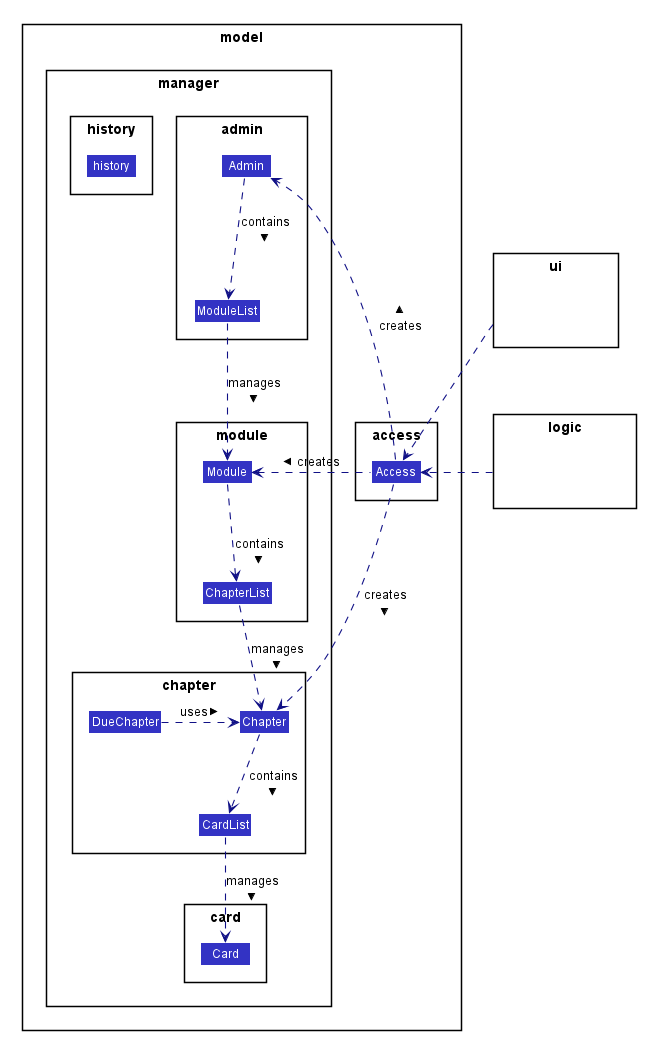
The PlantUML diagram docs/UML/model.png in nus-cs2113-AY2021S1/tp, before a commit. The source it was exported from:
```plantuml
@startuml








skinparam BackgroundColor #FFFFFFF

skinparam Shadowing false

skinparam Class {
    FontColor #FFFFFF
    BorderThickness 1
    BorderColor #FFFFFF
    StereotypeFontColor #FFFFFF
    FontName Arial
}

skinparam Actor {
    BorderColor #000000
    Color #000000
    FontName Arial
}

skinparam Sequence {
    MessageAlign center
    BoxFontSize 15
    BoxPadding 0
    BoxFontColor #FFFFFF
    FontName Arial
}

skinparam Participant {
    FontColor #FFFFFFF
    Padding 20
}

skinparam MinClassWidth 50
skinparam ParticipantPadding 10
skinparam Shadowing false
skinparam DefaultTextAlignment center
skinparam packageStyle Rectangle

hide footbox
hide members
hide circle
skinparam arrowThickness 1.1
skinparam arrowColor #101086
skinparam classBackgroundColor #3333C4

package model {

 package manager {

    package admin {
        class Admin
        class ModuleList
    }

    package card {
        class Card
    }

    package chapter {
        class CardList
        class Chapter
        class DueChapter
    }

    package history {
        class history
    }

    package module {
        class Module
        class ChapterList
    }
 }

package access {
Class Access
}
}

package logic {
    Class HiddenLogic #FFFFFF
}

package ui {
    Class HiddenUi #FFFFFF
}

Access ..> Admin : creates >
Access .left.> Module : creates >
Access ..> Chapter : creates >
Admin ..> ModuleList : contains >
ModuleList .down.> Module : manages >
Module ..> ChapterList: contains >
ChapterList .down.> Chapter: manages >
Chapter .down.> CardList: contains >
CardList .down.> Card: manages >
DueChapter .right.> Chapter: uses >

logic .right.> Access
ui ..> Access

@enduml
```
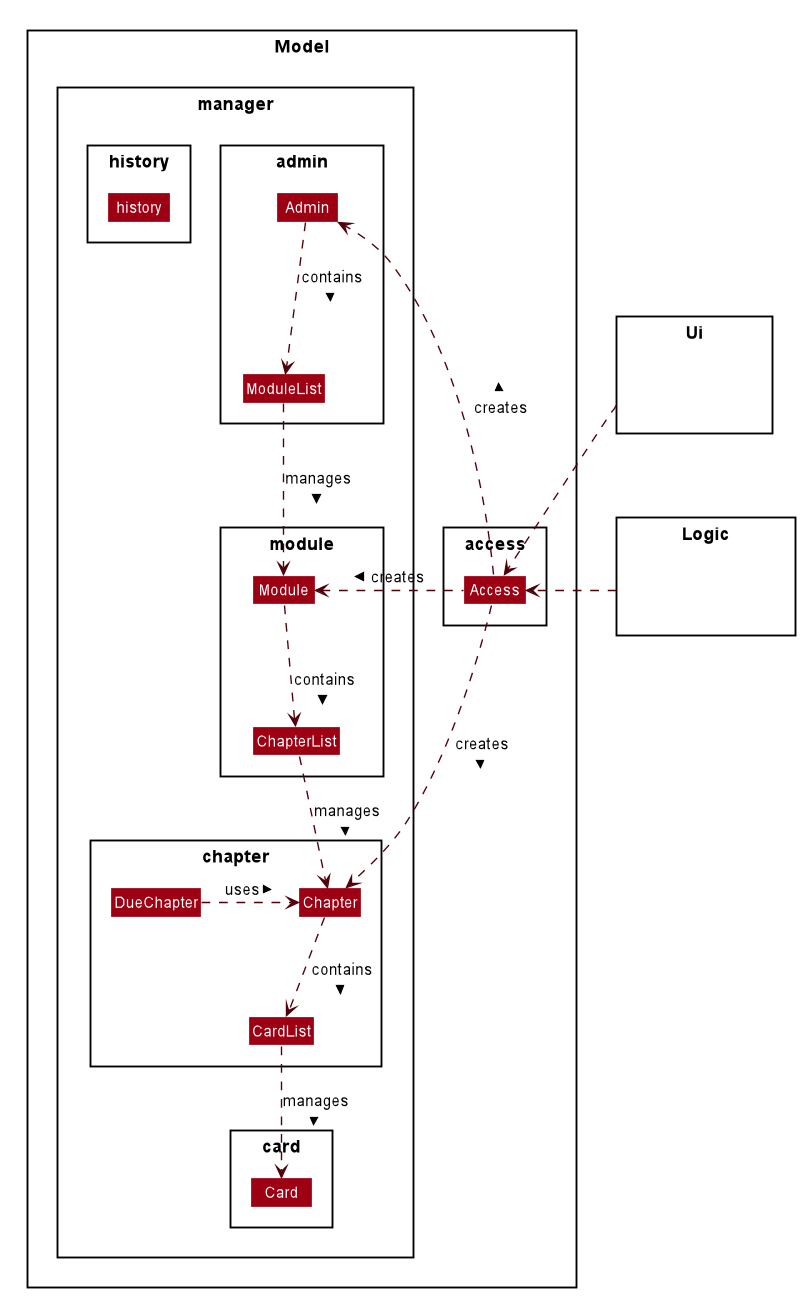
After the change.

The edit, as a diff of the source:
```diff
@@ -1,4 +1,5 @@
 @startuml
+
 
 
 
@@ -43,15 +44,18 @@
 skinparam Shadowing false
 skinparam DefaultTextAlignment center
 skinparam packageStyle Rectangle
+skinparam classAttributeIconSize 0
+skinparam classAttributeFontColor white
+skinparam classAttributeFontSize 12
 
 hide footbox
 hide members
 hide circle
 skinparam arrowThickness 1.1
-skinparam arrowColor #101086
-skinparam classBackgroundColor #3333C4
+skinparam arrowColor #51000A
+skinparam classBackgroundColor #9D0012
 
-package model {
+package Model {
 
  package manager {
 
@@ -85,11 +89,11 @@
 }
 }
 
-package logic {
+package Logic {
     Class HiddenLogic #FFFFFF
 }
 
-package ui {
+package Ui {
     Class HiddenUi #FFFFFF
 }
 
@@ -104,7 +108,7 @@
 CardList .down.> Card: manages >
 DueChapter .right.> Chapter: uses >
 
-logic .right.> Access
-ui ..> Access
+Logic .right.> Access
+Ui ..> Access
 
 @enduml
```
